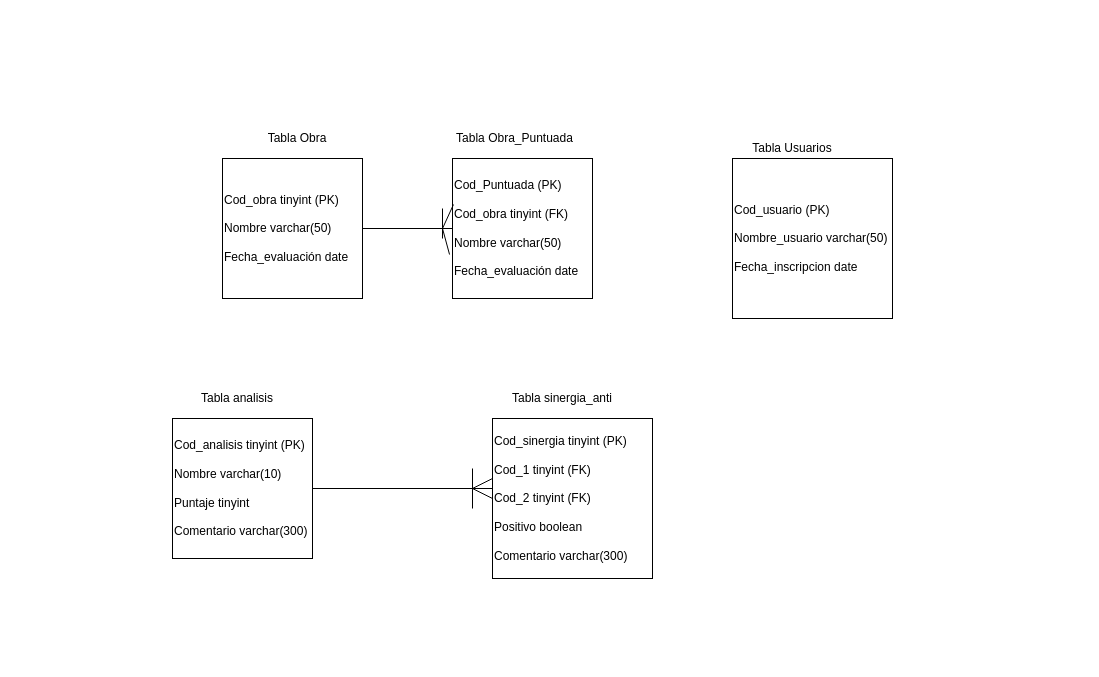
Above: BD criticas.drawio in MrUshuario/Codigo-de-criticas (draw.io), before the change. Source tidied: cells renumbered, new cells numbered last; positions are measured from the earlier drawing's top-left corner, leaving out a move shared by most shapes. Both pictures are drawn from the tidied source at 100%, with x=0, y=0 at pixel (172, 128).
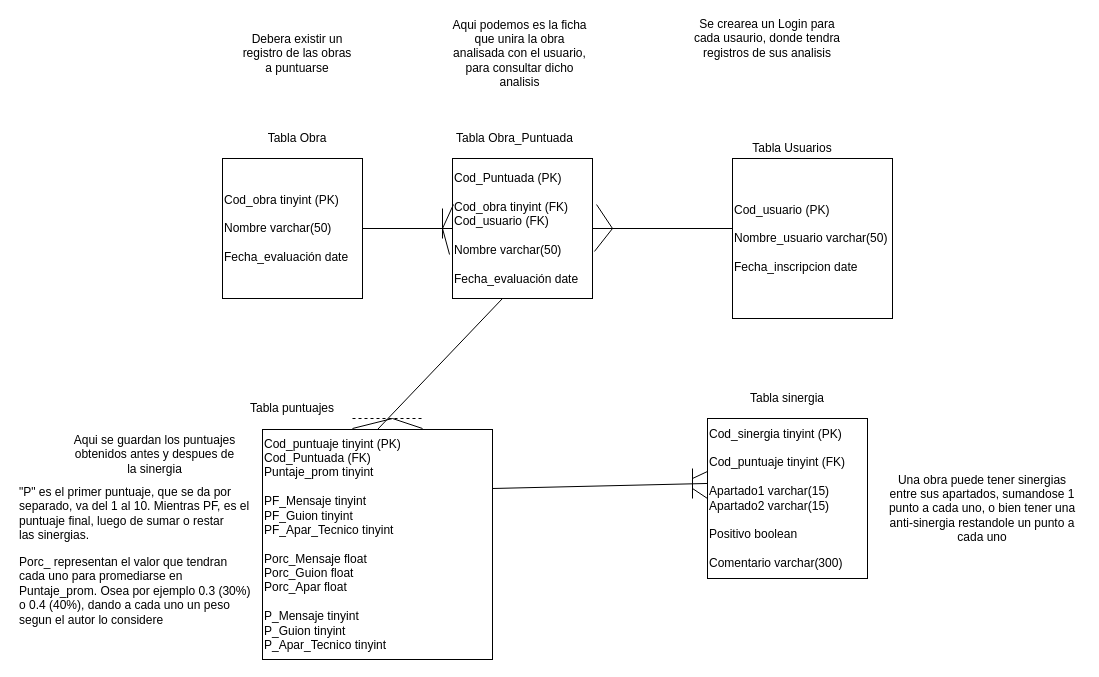
Above is the later version.

Change to the diagram source:
```diff
@@
-    <mxCell id="2" value="&lt;div align=&quot;left&quot;&gt;Cod_analisis tinyint (PK)&lt;br&gt;&lt;/div&gt;&lt;div align=&quot;left&quot;&gt;&lt;br&gt;&lt;/div&gt;&lt;div align=&quot;left&quot;&gt;Nombre varchar(10)&lt;/div&gt;&lt;div align=&quot;left&quot;&gt;&lt;br&gt;&lt;/div&gt;&lt;div align=&quot;left&quot;&gt;Puntaje tinyint&lt;/div&gt;&lt;div align=&quot;left&quot;&gt;&lt;br&gt;&lt;/div&gt;&lt;div align=&quot;left&quot;&gt;Comentario varchar(300)&lt;br&gt;&lt;/div&gt;" style="whiteSpace=wrap;html=1;align=left;" parent="1" vertex="1">
-      <mxGeometry y="290" width="140" height="140" as="geometry" />
+    <mxCell id="2" value="&lt;div align=&quot;left&quot;&gt;Cod_puntuaje tinyint (PK)&lt;br&gt;&lt;/div&gt;&lt;div align=&quot;left&quot;&gt;Cod_Puntuada (FK)&lt;br&gt;&lt;/div&gt;&lt;div align=&quot;left&quot;&gt;Puntaje_prom tinyint&lt;/div&gt;&lt;div align=&quot;left&quot;&gt;&lt;br&gt;&lt;/div&gt;&lt;div align=&quot;left&quot;&gt;PF_Mensaje tinyint&lt;br&gt;&lt;/div&gt;&lt;div align=&quot;left&quot;&gt;PF_Guion tinyint&lt;br&gt;&lt;/div&gt;&lt;div align=&quot;left&quot;&gt;PF_Apar_Tecnico tinyint&lt;/div&gt;&lt;div align=&quot;left&quot;&gt;&lt;br&gt;&lt;/div&gt;&lt;div align=&quot;left&quot;&gt;Porc_Mensaje float&lt;/div&gt;&lt;div align=&quot;left&quot;&gt;Porc_Guion float&lt;/div&gt;&lt;div align=&quot;left&quot;&gt;Porc_Apar float&lt;br&gt;&lt;/div&gt;&lt;div align=&quot;left&quot;&gt;&lt;br&gt;&lt;/div&gt;&lt;div align=&quot;left&quot;&gt;P_Mensaje tinyint&lt;/div&gt;&lt;div align=&quot;left&quot;&gt;P_Guion tinyint&lt;/div&gt;&lt;div align=&quot;left&quot;&gt;P_Apar_Tecnico tinyint&lt;br&gt;&lt;/div&gt;" style="whiteSpace=wrap;html=1;align=left;" parent="1" vertex="1">
+      <mxGeometry x="90" y="301" width="230" height="230" as="geometry" />
     </mxCell>
-    <mxCell id="3" value="Tabla analisis" style="text;html=1;strokeColor=none;fillColor=none;align=center;verticalAlign=middle;whiteSpace=wrap;rounded=0;" parent="1" vertex="1">
-      <mxGeometry x="20" y="260" width="90" height="20" as="geometry" />
+    <mxCell id="3" value="Tabla puntuajes" style="text;html=1;strokeColor=none;fillColor=none;align=center;verticalAlign=middle;whiteSpace=wrap;rounded=0;" parent="1" vertex="1">
+      <mxGeometry x="75" y="270" width="90" height="20" as="geometry" />
     </mxCell>
-    <mxCell id="4" style="endArrow=none;html=1;entryX=1;entryY=0.5;entryDx=0;entryDy=0;" parent="1" edge="1" target="2">
+    <mxCell id="4" style="endArrow=none;html=1;entryX=0;entryY=0.406;entryDx=0;entryDy=0;entryPerimeter=0;" parent="1" edge="1" target="8">
       <mxGeometry relative="1" as="geometry">
         <mxPoint x="320" y="360" as="sourcePoint" />
       </mxGeometry>
     </mxCell>
-    <mxCell id="5" style="endArrow=none;html=1;" parent="1" edge="1">
+    <mxCell id="5" style="endArrow=none;html=1;entryX=0;entryY=0.5;entryDx=0;entryDy=0;" parent="1" edge="1" target="8">
       <mxGeometry relative="1" as="geometry">
-        <mxPoint x="320" y="350" as="sourcePoint" />
-        <mxPoint x="300" y="360" as="targetPoint" />
+        <mxPoint x="520" y="360" as="sourcePoint" />
       </mxGeometry>
     </mxCell>
-    <mxCell id="6" style="endArrow=none;html=1;" parent="1" edge="1">
+    <mxCell id="6" style="endArrow=none;html=1;entryX=0;entryY=0.331;entryDx=0;entryDy=0;entryPerimeter=0;" parent="1" edge="1" target="8">
       <mxGeometry relative="1" as="geometry">
-        <mxPoint x="300" y="360" as="sourcePoint" />
-        <mxPoint x="320" y="370" as="targetPoint" />
+        <mxPoint x="520" y="350" as="sourcePoint" />
       </mxGeometry>
     </mxCell>
     <mxCell id="7" style="endArrow=none;html=1;" parent="1" edge="1">
       <mxGeometry relative="1" as="geometry">
-        <mxPoint x="300" y="380" as="sourcePoint" />
-        <mxPoint x="300" y="340" as="targetPoint" />
+        <mxPoint x="520" y="370" as="sourcePoint" />
+        <mxPoint x="520" y="340" as="targetPoint" />
       </mxGeometry>
     </mxCell>
-    <mxCell id="8" value="&lt;div align=&quot;left&quot;&gt;Cod_sinergia tinyint (PK)&lt;br&gt;&lt;/div&gt;&lt;div align=&quot;left&quot;&gt;&lt;br&gt;&lt;/div&gt;&lt;div align=&quot;left&quot;&gt;Cod_1 tinyint (FK)&lt;br&gt;&lt;/div&gt;&lt;div align=&quot;left&quot;&gt;&lt;br&gt;&lt;/div&gt;&lt;div align=&quot;left&quot;&gt;Cod_2 tinyint (FK)&lt;/div&gt;&lt;div align=&quot;left&quot;&gt;&lt;br&gt;&lt;/div&gt;&lt;div align=&quot;left&quot;&gt;Positivo boolean&lt;br&gt;&lt;/div&gt;&lt;div align=&quot;left&quot;&gt;&lt;br&gt;&lt;/div&gt;&lt;div align=&quot;left&quot;&gt;Comentario varchar(300)&lt;br&gt;&lt;/div&gt;" style="whiteSpace=wrap;html=1;align=left;" parent="1" vertex="1">
-      <mxGeometry x="320" y="290" width="160" height="160" as="geometry" />
+    <mxCell id="8" value="&lt;div align=&quot;left&quot;&gt;Cod_sinergia tinyint (PK)&lt;br&gt;&lt;/div&gt;&lt;div align=&quot;left&quot;&gt;&lt;br&gt;&lt;/div&gt;&lt;div align=&quot;left&quot;&gt;Cod_puntuaje tinyint (FK)&lt;/div&gt;&lt;div align=&quot;left&quot;&gt;&lt;br&gt;&lt;/div&gt;&lt;div align=&quot;left&quot;&gt;Apartado1 varchar(15)&lt;/div&gt;&lt;div align=&quot;left&quot;&gt;Apartado2 varchar(15)&lt;br&gt;&lt;/div&gt;&lt;div align=&quot;left&quot;&gt;&lt;br&gt;&lt;/div&gt;&lt;div align=&quot;left&quot;&gt;Positivo boolean&lt;br&gt;&lt;/div&gt;&lt;div align=&quot;left&quot;&gt;&lt;br&gt;&lt;/div&gt;&lt;div align=&quot;left&quot;&gt;Comentario varchar(300)&lt;br&gt;&lt;/div&gt;" style="whiteSpace=wrap;html=1;align=left;" parent="1" vertex="1">
+      <mxGeometry x="535" y="290" width="160" height="160" as="geometry" />
     </mxCell>
-    <mxCell id="9" value="Tabla sinergia_anti" style="text;html=1;strokeColor=none;fillColor=none;align=center;verticalAlign=middle;whiteSpace=wrap;rounded=0;" parent="1" vertex="1">
-      <mxGeometry x="320" y="260" width="140" height="20" as="geometry" />
+    <mxCell id="9" value="Tabla sinergia" style="text;html=1;strokeColor=none;fillColor=none;align=center;verticalAlign=middle;whiteSpace=wrap;rounded=0;" parent="1" vertex="1">
+      <mxGeometry x="545" y="260" width="140" height="20" as="geometry" />
     </mxCell>
@@
-    <mxCell id="12" value="&lt;div align=&quot;left&quot;&gt;Cod_Puntuada (PK)&lt;br&gt;&lt;/div&gt;&lt;div align=&quot;left&quot;&gt;&lt;br&gt;&lt;/div&gt;&lt;div align=&quot;left&quot;&gt;Cod_obra tinyint (FK)&lt;br&gt;&lt;/div&gt;&lt;div align=&quot;left&quot;&gt;&lt;br&gt;&lt;/div&gt;&lt;div align=&quot;left&quot;&gt;Nombre varchar(50)&lt;/div&gt;&lt;div align=&quot;left&quot;&gt;&lt;br&gt;&lt;/div&gt;&lt;div align=&quot;left&quot;&gt;Fecha_evaluación date&lt;br&gt;&lt;/div&gt;" style="whiteSpace=wrap;html=1;align=left;" parent="1" vertex="1">
+    <mxCell id="12" value="&lt;div align=&quot;left&quot;&gt;Cod_Puntuada (PK)&lt;br&gt;&lt;/div&gt;&lt;div align=&quot;left&quot;&gt;&lt;br&gt;&lt;/div&gt;&lt;div align=&quot;left&quot;&gt;Cod_obra tinyint (FK)&lt;/div&gt;&lt;div align=&quot;left&quot;&gt;Cod_usuario (FK)&lt;br&gt;&lt;/div&gt;&lt;div align=&quot;left&quot;&gt;&lt;br&gt;&lt;/div&gt;&lt;div align=&quot;left&quot;&gt;Nombre varchar(50)&lt;/div&gt;&lt;div align=&quot;left&quot;&gt;&lt;br&gt;&lt;/div&gt;&lt;div align=&quot;left&quot;&gt;Fecha_evaluación date&lt;br&gt;&lt;/div&gt;" style="whiteSpace=wrap;html=1;align=left;" parent="1" vertex="1">
       <mxGeometry x="280" y="30" width="140" height="140" as="geometry" />
     </mxCell>
@@
+    <mxCell id="20" value="Se crearea un Login para cada usaurio, donde tendra registros de sus analisis" style="text;html=1;strokeColor=none;fillColor=none;align=center;verticalAlign=middle;whiteSpace=wrap;rounded=0;" parent="1" vertex="1">
+      <mxGeometry x="520" y="-110" width="150" height="40" as="geometry" />
+    </mxCell>
+    <mxCell id="21" value="Aqui se guardan los puntuajes obtenidos antes y despues de la sinergia" style="text;html=1;strokeColor=none;fillColor=none;align=center;verticalAlign=middle;whiteSpace=wrap;rounded=0;" parent="1" vertex="1">
+      <mxGeometry x="-100" y="301" width="165" height="49" as="geometry" />
+    </mxCell>
+    <mxCell id="22" value="Debera existir un registro de las obras a puntuarse" style="text;html=1;strokeColor=none;fillColor=none;align=center;verticalAlign=middle;whiteSpace=wrap;rounded=0;" parent="1" vertex="1">
+      <mxGeometry x="65" y="-100" width="120" height="50" as="geometry" />
+    </mxCell>
+    <mxCell id="23" style="endArrow=none;html=1;exitX=1;exitY=0.5;exitDx=0;exitDy=0;" parent="1" edge="1" source="12">
+      <mxGeometry relative="1" as="geometry">
+        <mxPoint x="560" y="100" as="targetPoint" />
+      </mxGeometry>
+    </mxCell>
+    <mxCell id="24" style="endArrow=none;html=1;exitX=1.014;exitY=0.664;exitDx=0;exitDy=0;exitPerimeter=0;" parent="1" edge="1" source="12">
+      <mxGeometry relative="1" as="geometry">
+        <mxPoint x="440" y="100" as="targetPoint" />
+      </mxGeometry>
+    </mxCell>
+    <mxCell id="25" style="endArrow=none;html=1;exitX=1.029;exitY=0.329;exitDx=0;exitDy=0;exitPerimeter=0;" parent="1" edge="1" source="12">
+      <mxGeometry relative="1" as="geometry">
+        <mxPoint x="440" y="100" as="targetPoint" />
+      </mxGeometry>
+    </mxCell>
+    <mxCell id="26" value="Aqui podemos es la ficha que unira la obra analisada con el usuario, para consultar dicho analisis" style="text;html=1;strokeColor=none;fillColor=none;align=center;verticalAlign=middle;whiteSpace=wrap;rounded=0;" parent="1" vertex="1">
+      <mxGeometry x="275" y="-100" width="145" height="50" as="geometry" />
+    </mxCell>
+    <mxCell id="27" style="endArrow=none;html=1;exitX=0.5;exitY=0;exitDx=0;exitDy=0;" parent="1" edge="1" source="2">
+      <mxGeometry relative="1" as="geometry">
+        <mxPoint x="330" y="170" as="targetPoint" />
+      </mxGeometry>
+    </mxCell>
+    <mxCell id="28" style="endArrow=none;dashed=1;html=1;" parent="1" edge="1">
+      <mxGeometry relative="1" as="geometry">
+        <mxPoint x="180" y="290" as="sourcePoint" />
+        <mxPoint x="250" y="290" as="targetPoint" />
+      </mxGeometry>
+    </mxCell>
+    <mxCell id="29" value="Una obra puede tener sinergias entre sus apartados, sumandose 1 punto a cada uno, o bien tener una anti-sinergia restandole un punto a cada uno" style="text;html=1;strokeColor=none;fillColor=none;align=center;verticalAlign=middle;whiteSpace=wrap;rounded=0;" parent="1" vertex="1">
+      <mxGeometry x="710" y="340" width="200" height="80" as="geometry" />
+    </mxCell>
+    <mxCell id="30" value="&lt;div&gt;&quot;P&quot; es el primer puntuaje, que se da por&lt;/div&gt;&lt;div&gt;separado, va del 1 al 10. Mientras PF, es el&lt;/div&gt;&lt;div&gt;puntuaje final, luego de sumar o restar&lt;/div&gt;&lt;div&gt;las sinergias.&lt;br&gt;&lt;/div&gt;" style="text;html=1;" parent="1" vertex="1">
+      <mxGeometry x="-155" y="350" width="230" height="74" as="geometry" />
+    </mxCell>
+    <mxCell id="31" value="&lt;div&gt;Porc_ representan el valor que tendran &lt;br&gt;&lt;/div&gt;&lt;div&gt;cada uno para promediarse en&lt;/div&gt;&lt;div&gt;Puntaje_prom. Osea por ejemplo 0.3 (30%)&lt;/div&gt;&lt;div&gt;o 0.4 (40%), dando a cada uno un peso&lt;/div&gt;&lt;div&gt;segun el autor lo considere&lt;br&gt;&lt;/div&gt;" style="text;html=1;" parent="1" vertex="1">
+      <mxGeometry x="-155" y="420" width="230" height="90" as="geometry" />
+    </mxCell>
+    <mxCell id="32" style="endArrow=none;html=1;" parent="1" edge="1">
+      <mxGeometry relative="1" as="geometry">
+        <mxPoint x="180" y="300" as="sourcePoint" />
+        <mxPoint x="220" y="290" as="targetPoint" />
+      </mxGeometry>
+    </mxCell>
+    <mxCell id="33" style="endArrow=none;html=1;" parent="1" edge="1">
+      <mxGeometry relative="1" as="geometry">
+        <mxPoint x="250" y="300" as="sourcePoint" />
+        <mxPoint x="220" y="290" as="targetPoint" />
+      </mxGeometry>
+    </mxCell>
```
